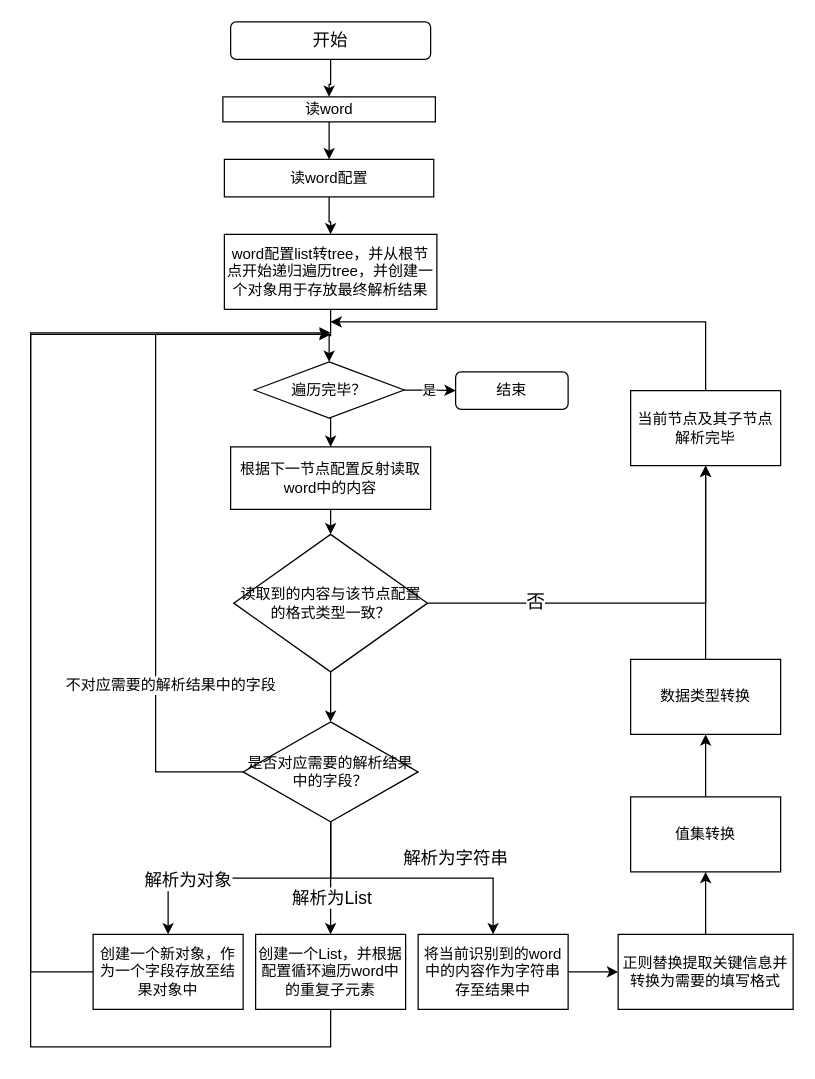
Earlier version of the draw.io diagram Untitled Diagram.drawio (maksiccc/javaNotesRepository). Source tidied: cells renumbered, new cells numbered last; positions are measured from the earlier drawing's top-left corner, leaving out a move shared by most shapes. Both pictures are drawn from the tidied source at 125%, with x=0, y=0 at pixel (30, 21).
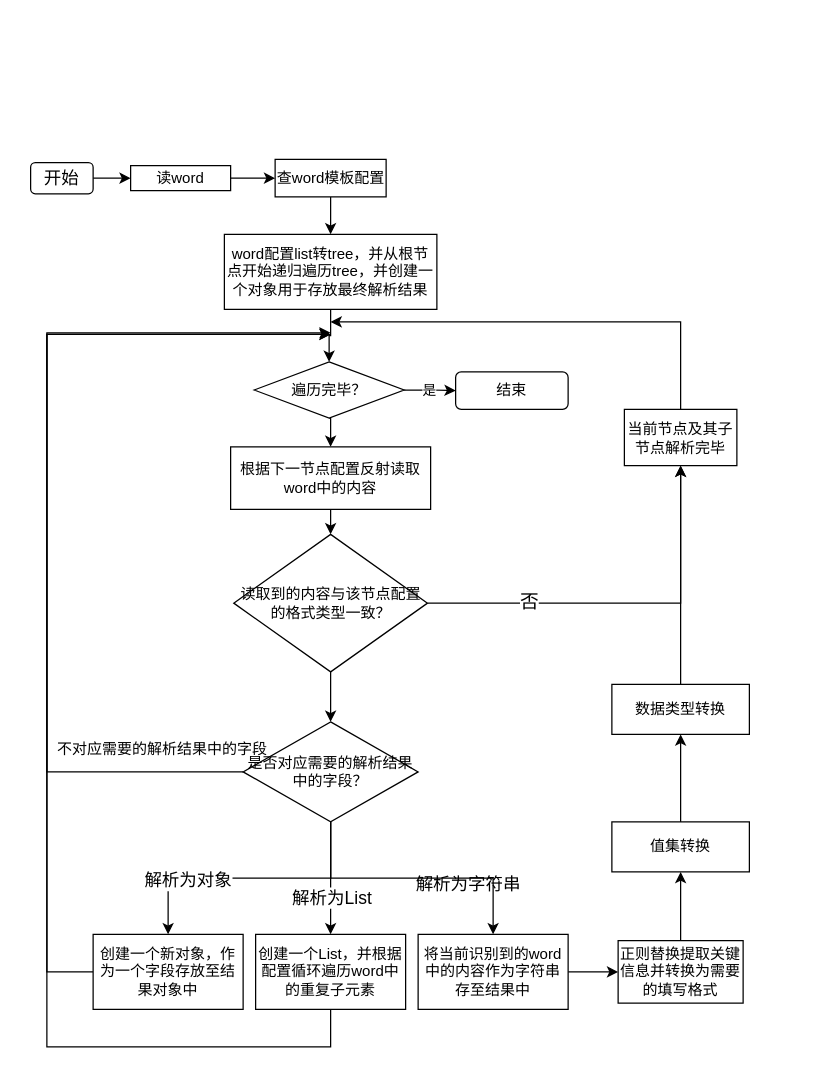
The same page after the edit.

Unchanged cells that the change refers to:
```xml
<mxCell id="12" value="读取到的内容与该节点配置的格式类型一致？" style="rhombus;whiteSpace=wrap;html=1;rounded=0;" parent="1" vertex="1">
  <mxGeometry x="162.5" y="410" width="155" height="110" as="geometry" />
</mxCell>
<mxCell id="22" value="是否对应需要的解析结果中的字段？" style="rhombus;whiteSpace=wrap;html=1;" parent="1" vertex="1">
  <mxGeometry x="170" y="560" width="140" height="80" as="geometry" />
</mxCell>
<mxCell id="29" value="创建一个List，并根据配置循环遍历word中的重复子元素" style="whiteSpace=wrap;html=1;" parent="1" vertex="1">
  <mxGeometry x="180" y="730" width="120" height="60" as="geometry" />
</mxCell>
<mxCell id="31" value="创建一个新对象，作为一个字段存放至结果对象中" style="whiteSpace=wrap;html=1;" parent="1" vertex="1">
  <mxGeometry x="50" y="730" width="120" height="60" as="geometry" />
</mxCell>
```

Diff of the diagram source:
```diff
@@
     <mxCell id="3" value="读word" style="rounded=0;whiteSpace=wrap;html=1;" parent="1" vertex="1">
-      <mxGeometry x="153.8" y="60" width="170" height="20" as="geometry" />
+      <mxGeometry x="80" y="115" width="80" height="20" as="geometry" />
     </mxCell>
@@
-    <mxCell id="5" value="读word配置" style="rounded=0;whiteSpace=wrap;html=1;" parent="1" vertex="1">
-      <mxGeometry x="155" y="110" width="167.5" height="30" as="geometry" />
+    <mxCell id="5" value="查word模板配置" style="rounded=0;whiteSpace=wrap;html=1;" parent="1" vertex="1">
+      <mxGeometry x="195.6" y="110" width="88.8" height="30" as="geometry" />
     </mxCell>
@@
     <mxCell id="9" style="edgeStyle=orthogonalEdgeStyle;rounded=0;jettySize=auto;html=1;exitX=1;exitY=0.5;exitDx=0;exitDy=0;entryX=0.5;entryY=1;entryDx=0;entryDy=0;" parent="1" edge="1" source="12" target="14">
       <mxGeometry relative="1" as="geometry">
         <Array as="points">
-          <mxPoint x="540" y="465" />
+          <mxPoint x="520" y="465" />
         </Array>
       </mxGeometry>
     </mxCell>
@@
     <mxCell id="13" style="edgeStyle=orthogonalEdgeStyle;rounded=0;jettySize=auto;html=1;exitX=0.5;exitY=0;exitDx=0;exitDy=0;" parent="1" edge="1" source="14">
       <mxGeometry relative="1" as="geometry">
         <mxPoint x="240" y="240" as="targetPoint" />
         <Array as="points">
-          <mxPoint x="540" y="240" />
+          <mxPoint x="520" y="240" />
         </Array>
       </mxGeometry>
     </mxCell>
     <mxCell id="14" value="当前节点及其子节点解析完毕" style="whiteSpace=wrap;html=1;" parent="1" vertex="1">
-      <mxGeometry x="480" y="295" width="120" height="60" as="geometry" />
+      <mxGeometry x="475" y="310" width="90" height="45" as="geometry" />
     </mxCell>
     <mxCell id="15" value="解析为字符串" style="edgeStyle=orthogonalEdgeStyle;rounded=0;jettySize=auto;html=1;fontSize=14;" parent="1" edge="1" source="22" target="29">
-      <mxGeometry x="-0.33" y="100" relative="1" as="geometry">
+      <mxGeometry x="0.11" y="110" relative="1" as="geometry">
         <Array as="points">
           <mxPoint x="240" y="710" />
           <mxPoint x="240" y="710" />
         </Array>
-        <mxPoint y="-1" as="offset" />
       </mxGeometry>
     </mxCell>
@@
     <mxCell id="20" style="edgeStyle=orthogonalEdgeStyle;rounded=0;jettySize=auto;html=1;" parent="1" edge="1" source="22">
       <mxGeometry relative="1" as="geometry">
         <mxPoint x="240" y="250" as="targetPoint" />
         <Array as="points">
-          <mxPoint x="100" y="600" />
-          <mxPoint x="100" y="250" />
+          <mxPoint x="13" y="600" />
+          <mxPoint x="13" y="250" />
         </Array>
       </mxGeometry>
     </mxCell>
     <mxCell id="21" value="不对应需要的解析结果中的字段" style="edgeLabel;html=1;align=center;verticalAlign=middle;fontSize=12;" parent="20" vertex="1">
       <mxGeometry x="0.75" y="2" relative="1" as="geometry">
-        <mxPoint x="-59" y="282" as="offset" />
+        <mxPoint x="-44" y="333" as="offset" />
       </mxGeometry>
     </mxCell>
@@
     <mxCell id="28" style="edgeStyle=orthogonalEdgeStyle;rounded=0;jettySize=auto;html=1;fontSize=14;" parent="1" edge="1" source="29">
       <mxGeometry relative="1" as="geometry">
         <mxPoint x="240" y="248.7" as="targetPoint" />
         <Array as="points">
           <mxPoint x="240" y="820" />
-          <mxPoint y="820" />
-          <mxPoint y="249" />
+          <mxPoint x="13" y="820" />
+          <mxPoint x="13" y="249" />
         </Array>
       </mxGeometry>
     </mxCell>
@@
     <mxCell id="30" style="edgeStyle=orthogonalEdgeStyle;rounded=0;jettySize=auto;html=1;fontSize=14;" parent="1" edge="1" source="31">
       <mxGeometry relative="1" as="geometry">
         <mxPoint x="240" y="250" as="targetPoint" />
         <Array as="points">
-          <mxPoint y="760" />
-          <mxPoint y="250" />
+          <mxPoint x="13" y="760" />
+          <mxPoint x="13" y="250" />
         </Array>
       </mxGeometry>
     </mxCell>
@@
     <mxCell id="35" value="正则替换提取关键信息并转换为需要的填写格式" style="whiteSpace=wrap;html=1;" parent="1" vertex="1">
-      <mxGeometry x="470" y="730" width="140" height="60" as="geometry" />
+      <mxGeometry x="470" y="735" width="100" height="50" as="geometry" />
     </mxCell>
@@
     <mxCell id="37" value="值集转换" style="whiteSpace=wrap;html=1;" parent="1" vertex="1">
-      <mxGeometry x="480" y="620" width="120" height="60" as="geometry" />
+      <mxGeometry x="465" y="640" width="110" height="40" as="geometry" />
     </mxCell>
@@
     <mxCell id="39" value="数据类型转换" style="whiteSpace=wrap;html=1;" parent="1" vertex="1">
-      <mxGeometry x="480" y="510" width="120" height="60" as="geometry" />
+      <mxGeometry x="465" y="530" width="110" height="40" as="geometry" />
     </mxCell>
-    <mxCell id="40" style="edgeStyle=orthogonalEdgeStyle;rounded=0;jettySize=auto;html=1;fontSize=14;entryX=0.5;entryY=0;entryDx=0;entryDy=0;" parent="1" edge="1" source="41" target="3">
-      <mxGeometry relative="1" as="geometry" />
+    <mxCell id="40" style="edgeStyle=orthogonalEdgeStyle;rounded=0;jettySize=auto;html=1;fontSize=14;" parent="1" edge="1" source="41">
+      <mxGeometry relative="1" as="geometry">
+        <mxPoint x="80" y="125" as="targetPoint" />
+      </mxGeometry>
     </mxCell>
     <mxCell id="41" value="开始" style="rounded=1;whiteSpace=wrap;html=1;fontSize=14;" parent="1" vertex="1">
-      <mxGeometry x="160" width="160" height="30" as="geometry" />
+      <mxGeometry y="112.5" width="50" height="25" as="geometry" />
     </mxCell>
```
